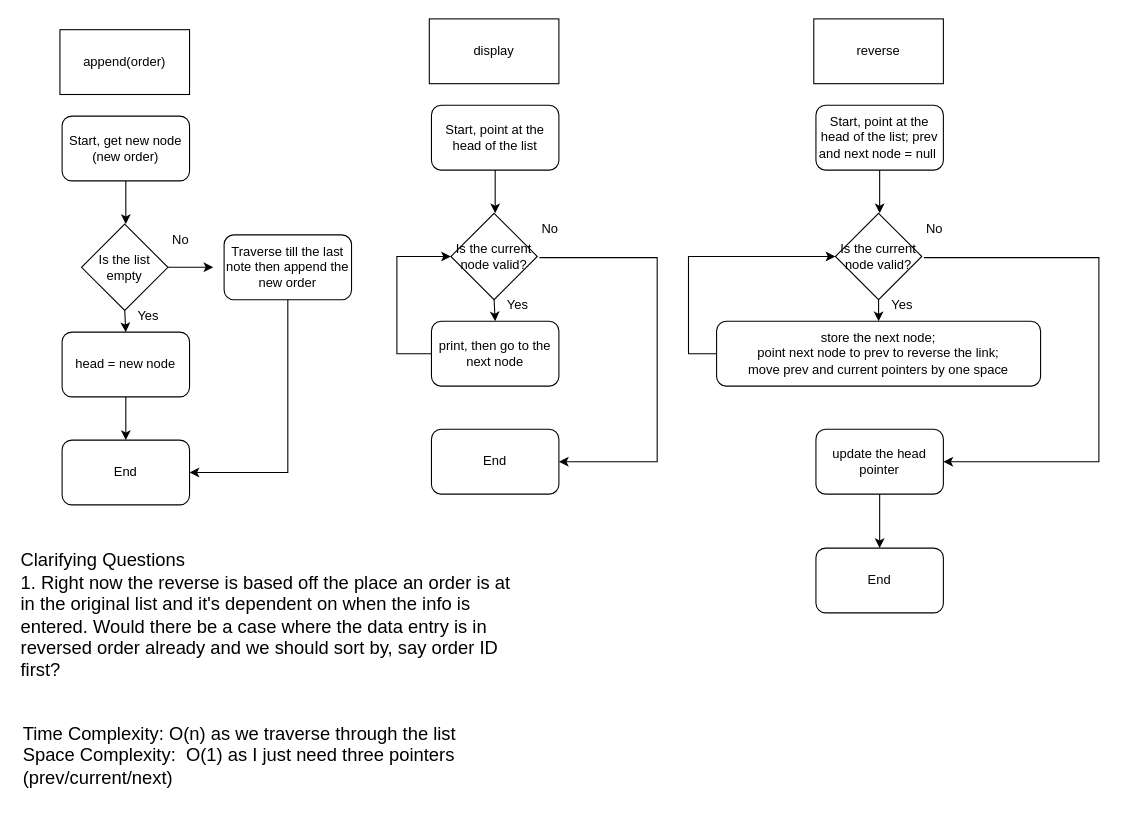
This is E-Commerce Order Processing System.drawio from yanatnsc/E-Commerce-Order-Processing-System, a draw.io file, before an edit. Source tidied: cells renumbered, new cells numbered last; positions are measured from the earlier drawing's top-left corner, leaving out a move shared by most shapes. Both pictures are drawn from the tidied source at 108%, with x=0, y=0 at pixel (18, 18).
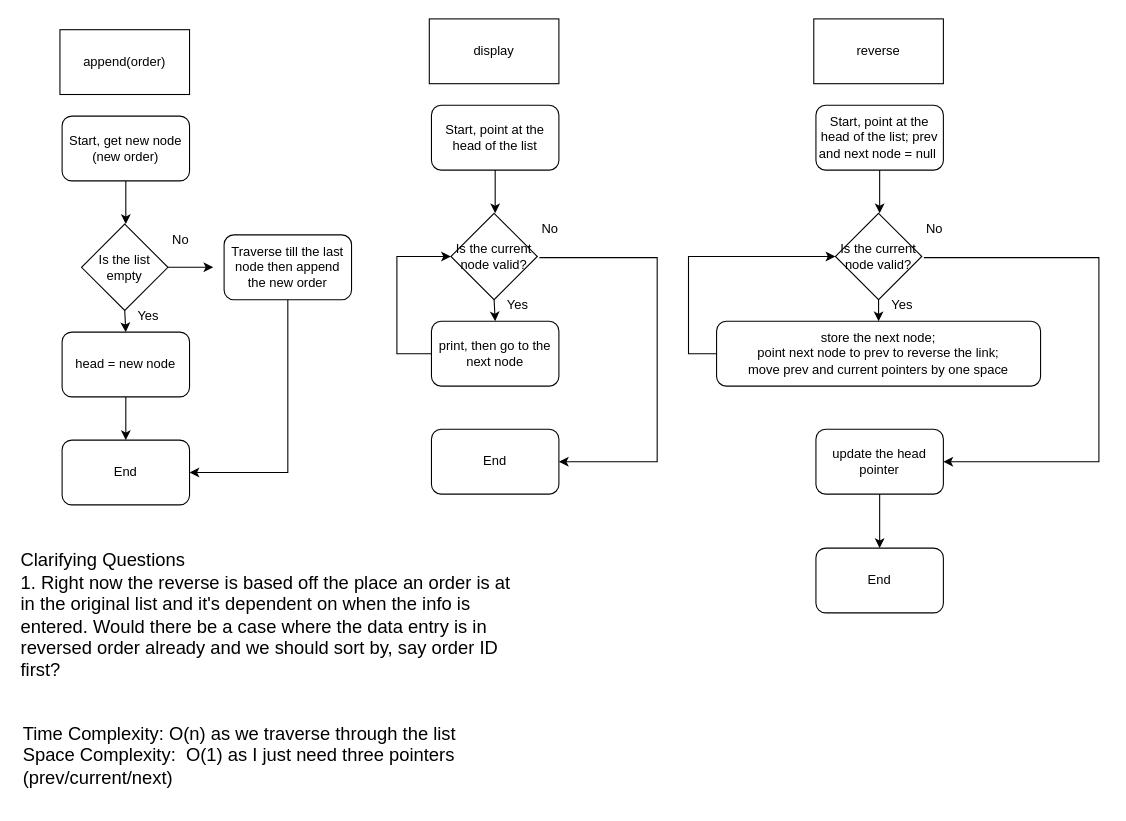
The same diagram, later.

What changed in the source:
```diff
@@
-    <mxCell id="11" value="Traverse till the last note then append the new order" style="rounded=1;whiteSpace=wrap;html=1;" parent="1" vertex="1">
+    <mxCell id="11" value="Traverse till the last node then append the new order" style="rounded=1;whiteSpace=wrap;html=1;" parent="1" vertex="1">
       <mxGeometry x="190" y="200" width="118" height="60" as="geometry" />
     </mxCell>
```
